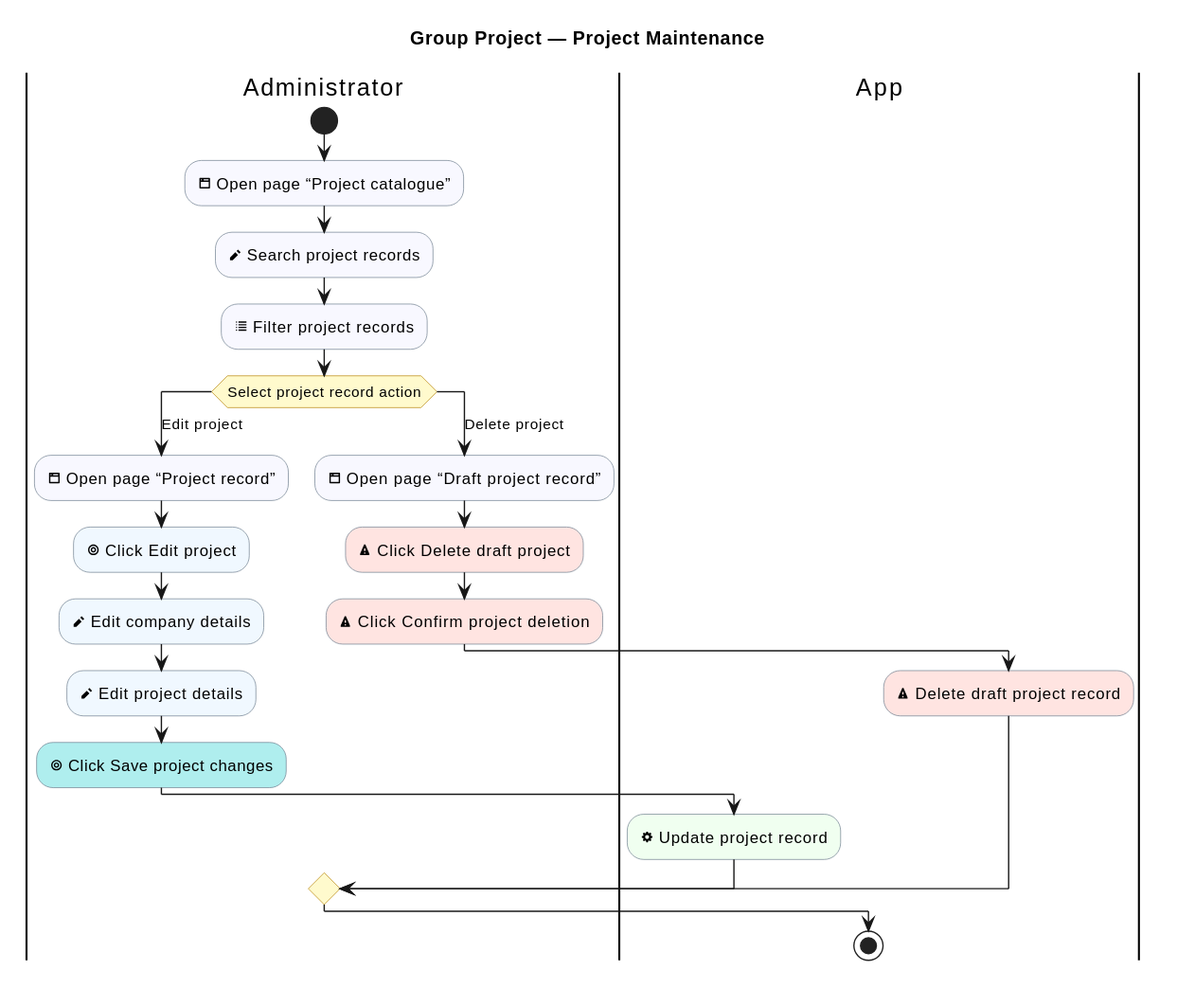
The PlantUML diagram industrial-placement-group-project/diagrams/group-project/project-maintenance.svg in sdflkjssl/sdflkjssl.github.io, before a commit.
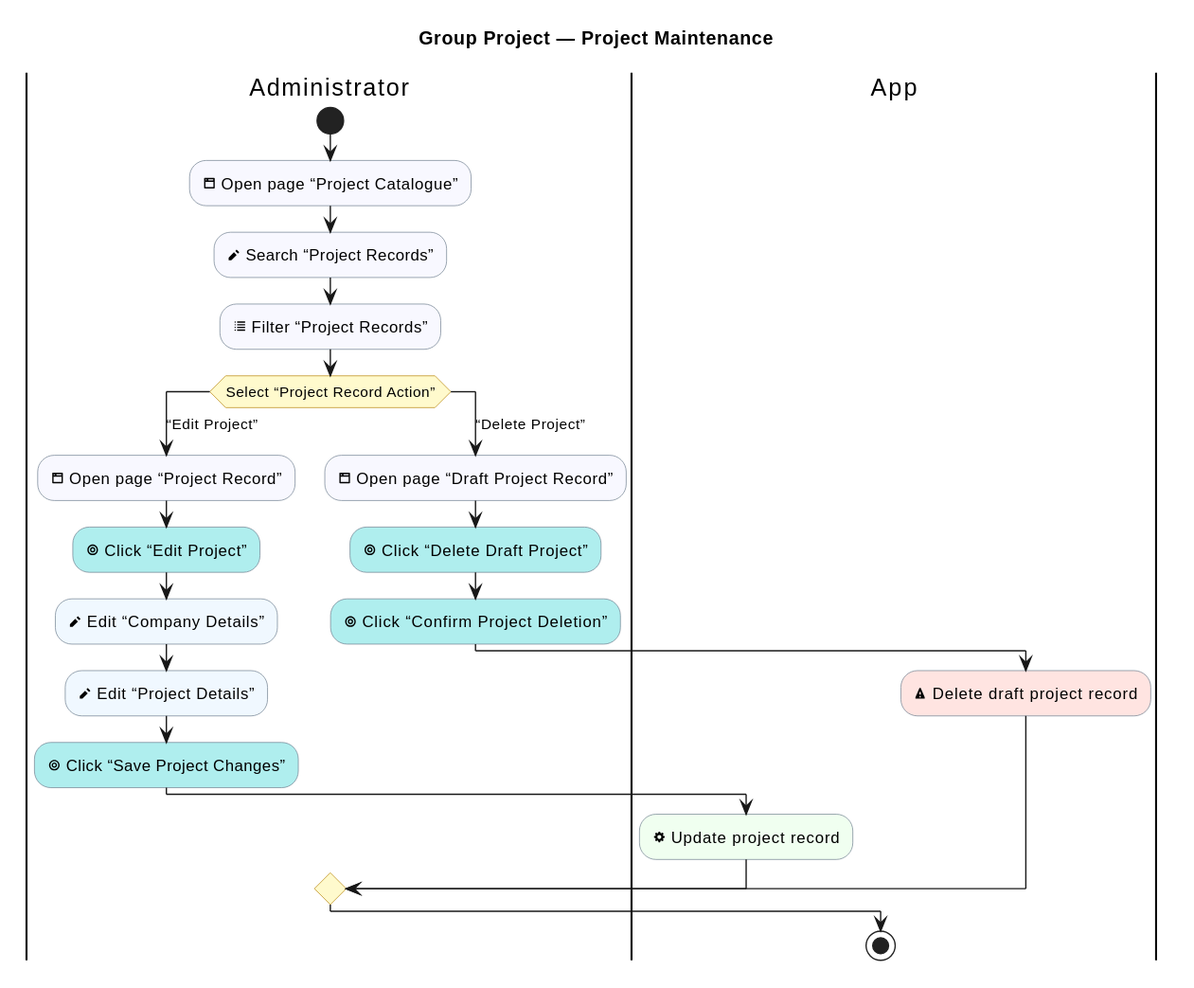
After the change.

What changed in the source:
```diff
@@ -12,24 +12,24 @@
 
 |Administrator|
 start
-:<&browser> Open page “Project catalogue”; <<#GhostWhite>>
-  :<&pencil> Search project records; <<#GhostWhite>>
-  :<&list> Filter project records; <<#GhostWhite>>
-  switch (Select project record action)
-  case (Edit project)
+:<&browser> Open page “Project Catalogue”; <<#GhostWhite>>
+  :<&pencil> Search “Project Records”; <<#GhostWhite>>
+  :<&list> Filter “Project Records”; <<#GhostWhite>>
+  switch (Select “Project Record Action”)
+  case (“Edit Project”)
     |Administrator|
-    :<&browser> Open page “Project record”; <<#GhostWhite>>
-    :<&target> Click Edit project; <<#AliceBlue>>
-    :<&pencil> Edit company details; <<#AliceBlue>>
-    :<&pencil> Edit project details; <<#AliceBlue>>
-    :<&target> Click Save project changes; <<#PaleTurquoise>>
+    :<&browser> Open page “Project Record”; <<#GhostWhite>>
+    :<&target> Click “Edit Project”; <<#PaleTurquoise>>
+    :<&pencil> Edit “Company Details”; <<#AliceBlue>>
+    :<&pencil> Edit “Project Details”; <<#AliceBlue>>
+    :<&target> Click “Save Project Changes”; <<#PaleTurquoise>>
     |App|
     :<&cog> Update project record; <<#HoneyDew>>
-  case (Delete project)
+  case (“Delete Project”)
     |Administrator|
-    :<&browser> Open page “Draft project record”; <<#GhostWhite>>
-    :<&warning> Click Delete draft project; <<#MistyRose>>
-    :<&warning> Click Confirm project deletion; <<#MistyRose>>
+    :<&browser> Open page “Draft Project Record”; <<#GhostWhite>>
+    :<&target> Click “Delete Draft Project”; <<#PaleTurquoise>>
+    :<&target> Click “Confirm Project Deletion”; <<#PaleTurquoise>>
     |App|
     :<&warning> Delete draft project record; <<#MistyRose>>
   endswitch
```
